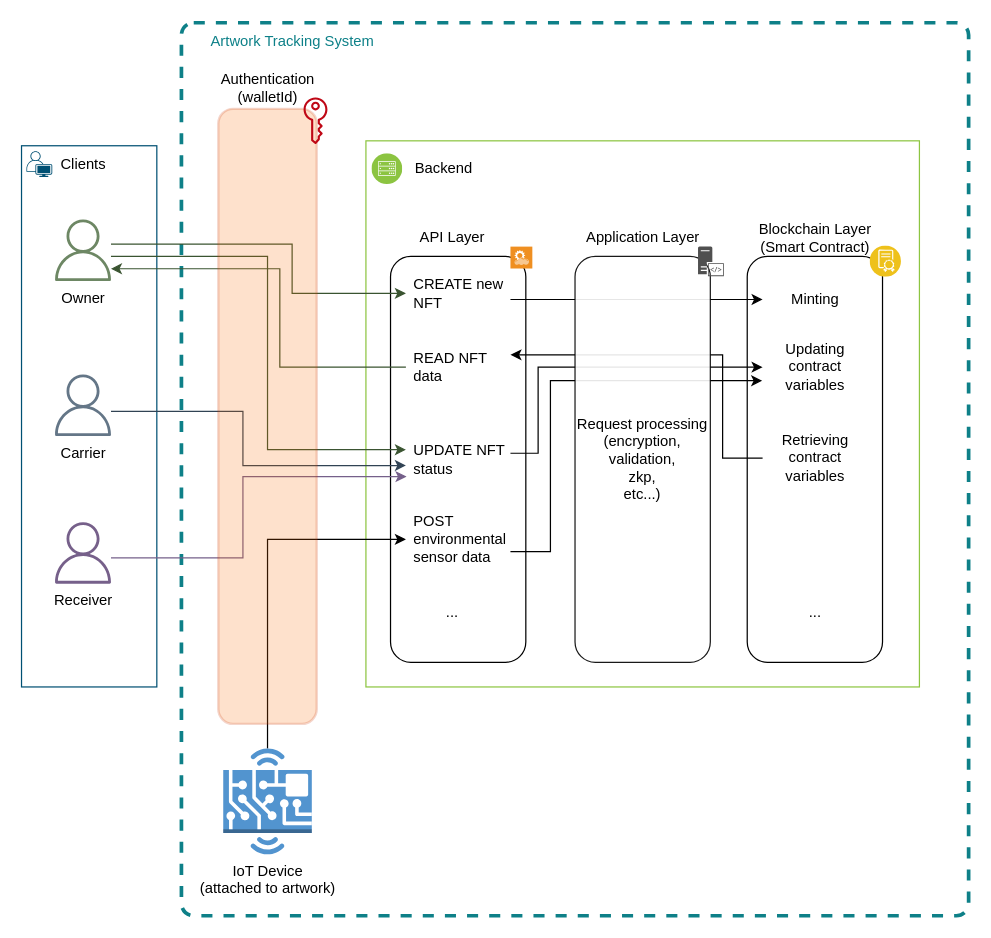
artis-project/artis-thesis keeps this draw.io diagram as diagrams/Architecture.drawio. Above is the earlier version. Source tidied: cells renumbered, new cells numbered last; positions are measured from the earlier drawing's top-left corner, leaving out a move shared by most shapes. Both pictures are drawn from the tidied source at 123%, with x=0, y=0 at pixel (21, 22). Pictures stored in the file or linked from it are replaced by grey dashed boxes.
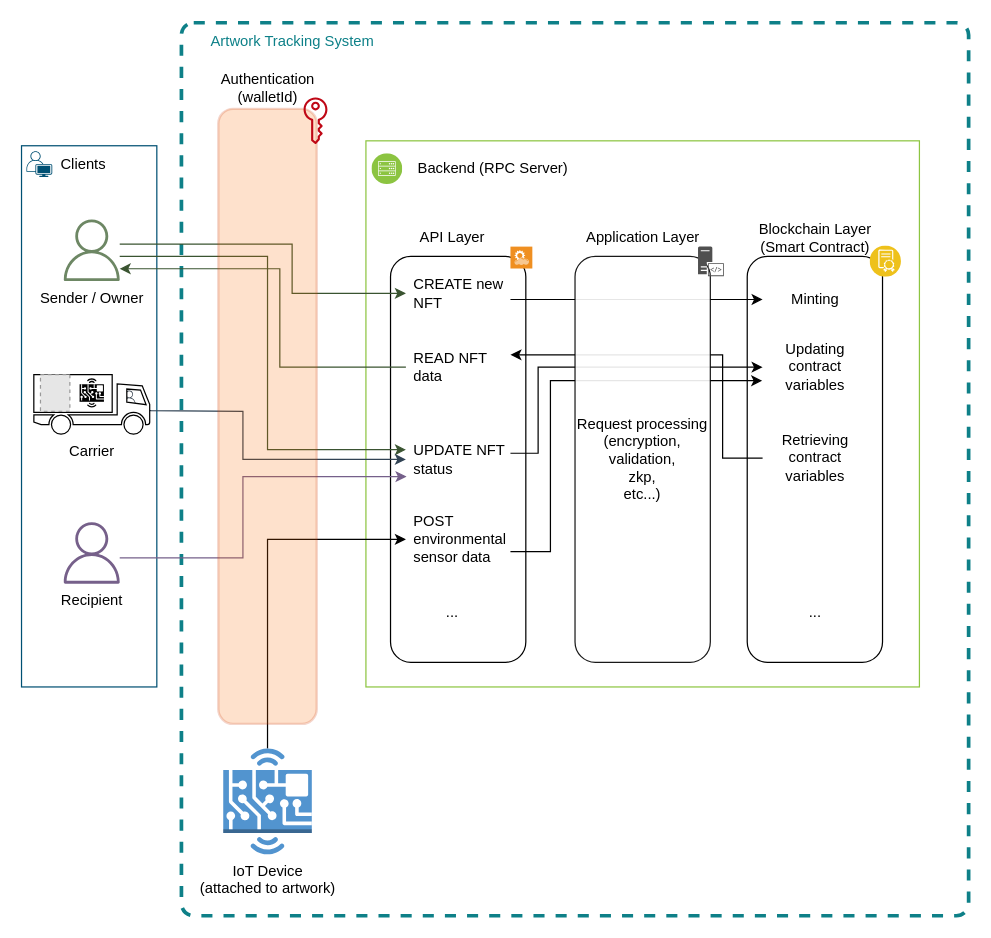
After the change.

Commit message (it also covers changes not shown here):
editing diagrams

Unchanged cells that the change refers to:
```xml
<mxCell id="16" value="UPDATE NFT status" style="text;strokeColor=none;fillColor=none;align=left;verticalAlign=middle;spacingLeft=4;spacingRight=4;overflow=hidden;points=[[0,0.5],[1,0.5]];portConstraint=eastwest;whiteSpace=wrap;html=1;" parent="1" vertex="1">
  <mxGeometry x="312.5" y="325" width="85" height="60" as="geometry" />
</mxCell>
```

What changed in the source:
```diff
@@
-    <mxCell id="21" value="&lt;font color=&quot;#000000&quot;&gt;Owner&lt;/font&gt;" style="sketch=0;outlineConnect=0;fillColor=#6d8764;strokeColor=#3A5431;dashed=0;verticalLabelPosition=bottom;verticalAlign=top;align=center;html=1;fontSize=12;fontStyle=0;shape=mxgraph.aws4.user;fontColor=#ffffff;" parent="1" vertex="1">
-      <mxGeometry x="25" y="160" width="50" height="50" as="geometry" />
+    <mxCell id="21" value="&lt;font color=&quot;#000000&quot;&gt;Sender / Owner&lt;/font&gt;" style="sketch=0;outlineConnect=0;fillColor=#6d8764;strokeColor=#3A5431;dashed=0;verticalLabelPosition=bottom;verticalAlign=top;align=center;html=1;fontSize=12;fontStyle=0;shape=mxgraph.aws4.user;fontColor=#ffffff;" parent="1" vertex="1">
+      <mxGeometry x="32.1" y="160" width="50" height="50" as="geometry" />
     </mxCell>
-    <mxCell id="22" style="edgeStyle=orthogonalEdgeStyle;rounded=0;jettySize=auto;html=1;fillColor=#647687;strokeColor=#314354;" parent="1" edge="1" source="23" target="16">
+    <mxCell id="22" style="edgeStyle=orthogonalEdgeStyle;rounded=0;jettySize=auto;html=1;fillColor=#647687;strokeColor=#314354;exitX=-0.012;exitY=0.606;exitDx=0;exitDy=0;exitPerimeter=0;" parent="1" edge="1" source="23" target="16">
       <mxGeometry relative="1" as="geometry">
         <Array as="points">
+          <mxPoint x="104" y="315" />
           <mxPoint x="180" y="316" />
-          <mxPoint x="180" y="360" />
+          <mxPoint x="180" y="355" />
         </Array>
       </mxGeometry>
     </mxCell>
-    <mxCell id="23" value="&lt;font color=&quot;#000000&quot;&gt;Carrier&lt;/font&gt;" style="sketch=0;outlineConnect=0;fontColor=#ffffff;fillColor=#647687;strokeColor=#314354;dashed=0;verticalLabelPosition=bottom;verticalAlign=top;align=center;html=1;fontSize=12;fontStyle=0;shape=mxgraph.aws4.user;" parent="1" vertex="1">
-      <mxGeometry x="25" y="286" width="50" height="50" as="geometry" />
-    </mxCell>
@@
-    <mxCell id="30" value="&lt;font color=&quot;#000000&quot;&gt;Receiver&lt;br&gt;&lt;/font&gt;" style="sketch=0;outlineConnect=0;fontColor=#ffffff;fillColor=#76608a;strokeColor=#432D57;dashed=0;verticalLabelPosition=bottom;verticalAlign=top;align=center;html=1;fontSize=12;fontStyle=0;shape=mxgraph.aws4.user;" parent="1" vertex="1">
-      <mxGeometry x="25" y="406" width="50" height="50" as="geometry" />
+    <mxCell id="30" value="&lt;font color=&quot;#000000&quot;&gt;Recipient&lt;br&gt;&lt;/font&gt;" style="sketch=0;outlineConnect=0;fontColor=#ffffff;fillColor=#76608a;strokeColor=#432D57;dashed=0;verticalLabelPosition=bottom;verticalAlign=top;align=center;html=1;fontSize=12;fontStyle=0;shape=mxgraph.aws4.user;" parent="1" vertex="1">
+      <mxGeometry x="32.1" y="406" width="50" height="50" as="geometry" />
     </mxCell>
-    <mxCell id="31" value="Backend" style="text;html=1;align=center;verticalAlign=middle;strokeColor=none;fillColor=none;" parent="1" vertex="1">
-      <mxGeometry x="307.5" y="104" width="70" height="30" as="geometry" />
+    <mxCell id="31" value="Backend (RPC Server)" style="text;html=1;align=center;verticalAlign=middle;strokeColor=none;fillColor=none;" parent="1" vertex="1">
+      <mxGeometry x="307.5" y="104" width="150" height="30" as="geometry" />
     </mxCell>
@@
+    <mxCell id="45" style="group;fillColor=none;strokeColor=none;" parent="1" vertex="1">
+      <mxGeometry x="10" y="286" width="94.2" height="48.5" as="geometry" />
+    </mxCell>
+    <mxCell id="46" style="sketch=0;fontColor=#232F3E;gradientColor=none;fillColor=#232F3D;strokeColor=none;dashed=0;verticalLabelPosition=bottom;verticalAlign=top;align=center;html=1;fontSize=12;fontStyle=0;shape=mxgraph.aws4.user;" parent="45" vertex="1">
+      <mxGeometry x="71.9" y="13" width="11.4" height="11.4" as="geometry" />
+    </mxCell>
+    <mxCell id="23" value="Carrier" style="shape=mxgraph.signs.transportation.truck_1;html=1;fillColor=default;strokeColor=default;verticalLabelPosition=bottom;verticalAlign=top;align=center;strokeWidth=1;shadow=0;flipH=1;" parent="45" vertex="1">
+      <mxGeometry width="94.2" height="48.5" as="geometry" />
+    </mxCell>
+    <mxCell id="47" style="dashed=0;verticalLabelPosition=bottom;verticalAlign=top;align=center;html=1;shape=mxgraph.aws3.hardware_board;fillColor=#000000;gradientColor=none;strokeWidth=1;" parent="45" vertex="1">
+      <mxGeometry x="37.2" y="3.1" width="19.8" height="23.7" as="geometry" />
+    </mxCell>
+    <mxCell id="48" style="fillColor=#E6E6E6;strokeColor=#999999;dashed=1;verticalLabelPosition=bottom;labelBackgroundColor=default;verticalAlign=top;" parent="45" vertex="1">
+      <mxGeometry x="5.4" width="23.9" height="29.9" as="geometry" />
+    </mxCell>
```
